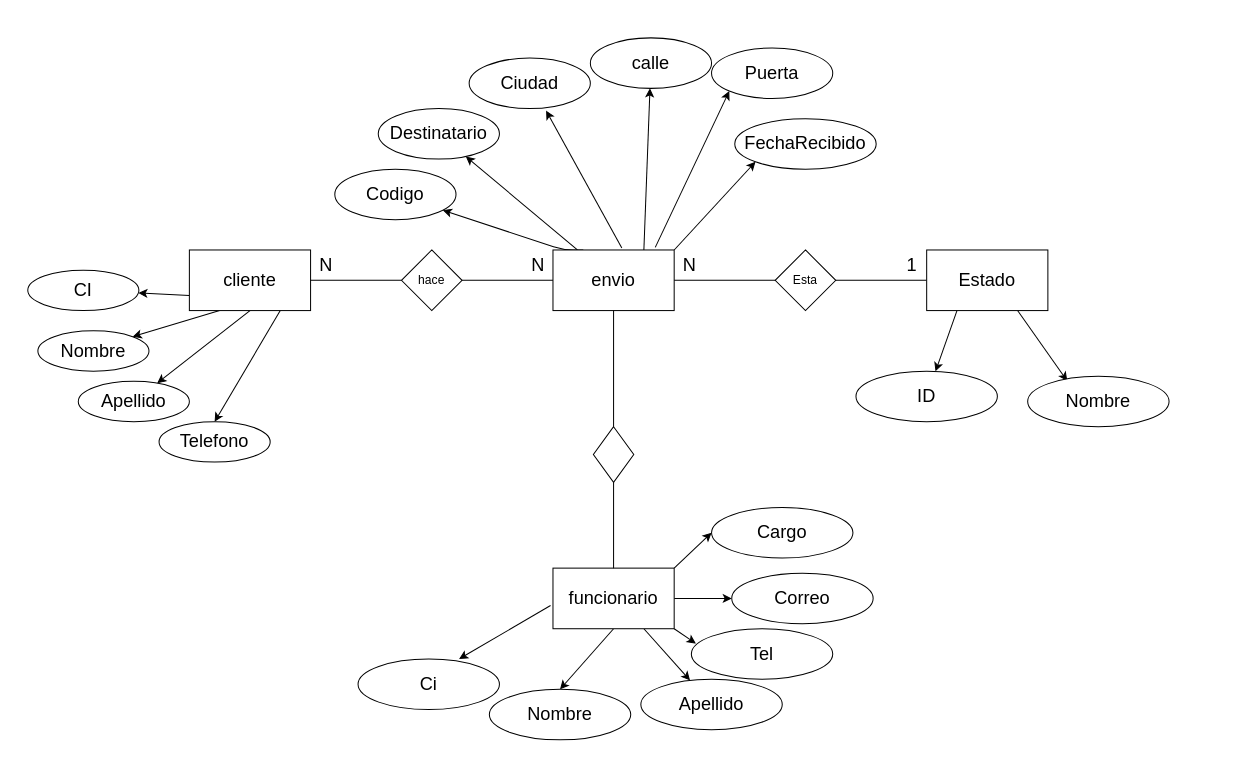
Earlier version of the draw.io diagram Mer/mer_V6.drawio (mateovillaa11/Proyecto_FindeA-o). Source tidied: cells renumbered, new cells numbered last; positions are measured from the earlier drawing's top-left corner, leaving out a move shared by most shapes. Both pictures are drawn from the tidied source at 101%, with x=0, y=0 at pixel (27, 37).
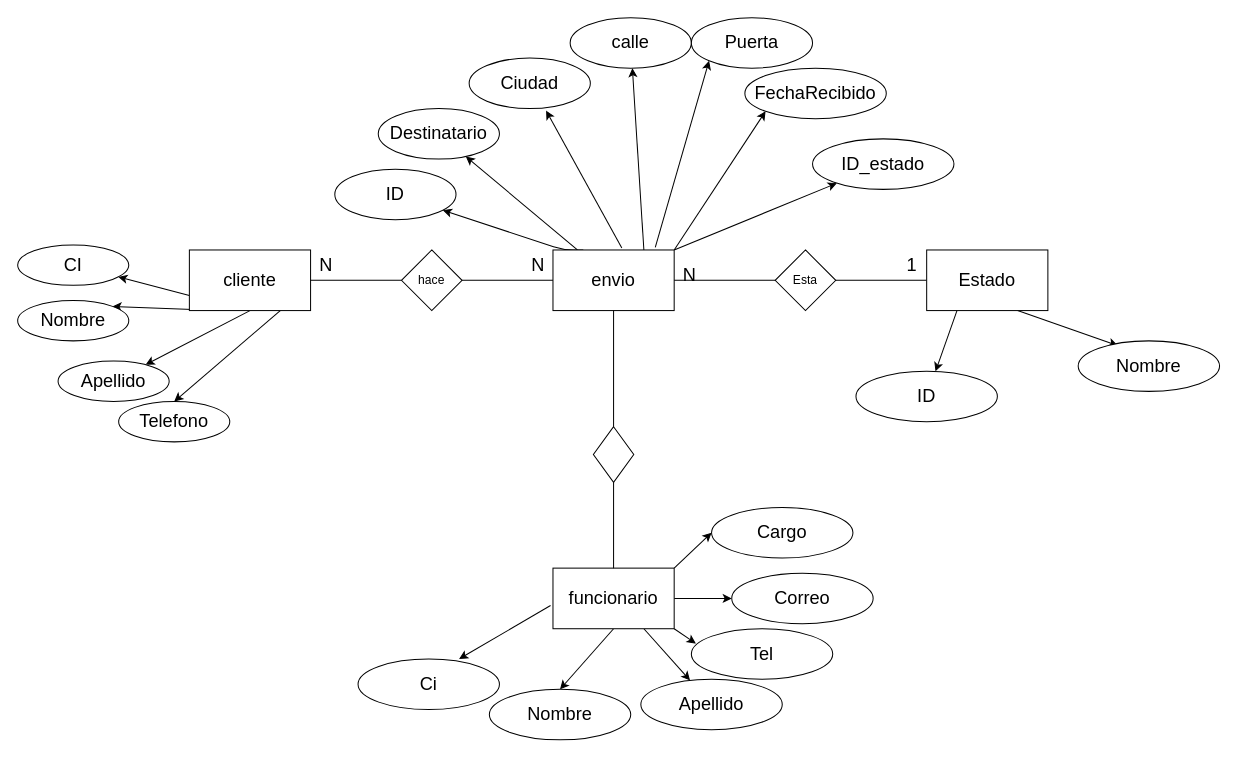
After the change.

The change refers to these unchanged cells:
```xml
<mxCell id="16" value="&lt;font style=&quot;font-size: 18px&quot;&gt;envio&lt;/font&gt;" style="rounded=0;whiteSpace=wrap;html=1;" parent="1" vertex="1">
  <mxGeometry x="520" y="210" width="120" height="60" as="geometry" />
</mxCell>
```

The edit, as a diff of the source:
```diff
@@
+    <mxCell id="55" style="edgeStyle=none;html=1;exitX=1;exitY=0;exitDx=0;exitDy=0;" parent="1" edge="1" source="16" target="56">
+      <mxGeometry relative="1" as="geometry" />
+    </mxCell>
@@
     <mxCell id="30" value="CI" style="ellipse;whiteSpace=wrap;html=1;fontSize=18;" parent="1" vertex="1">
-      <mxGeometry y="230" width="110" height="40" as="geometry" />
+      <mxGeometry x="-10" y="205" width="110" height="40" as="geometry" />
     </mxCell>
     <mxCell id="31" value="Nombre" style="ellipse;whiteSpace=wrap;html=1;fontSize=18;" parent="1" vertex="1">
-      <mxGeometry x="10" y="290" width="110" height="40" as="geometry" />
+      <mxGeometry x="-10" y="260" width="110" height="40" as="geometry" />
     </mxCell>
     <mxCell id="32" value="Apellido" style="ellipse;whiteSpace=wrap;html=1;fontSize=18;" parent="1" vertex="1">
-      <mxGeometry x="50" y="340" width="110" height="40" as="geometry" />
+      <mxGeometry x="30" y="320" width="110" height="40" as="geometry" />
     </mxCell>
     <mxCell id="33" value="Telefono" style="ellipse;whiteSpace=wrap;html=1;fontSize=18;" parent="1" vertex="1">
-      <mxGeometry x="130" y="380" width="110" height="40" as="geometry" />
+      <mxGeometry x="90" y="360" width="110" height="40" as="geometry" />
     </mxCell>
-    <mxCell id="34" value="Codigo" style="ellipse;whiteSpace=wrap;html=1;fontSize=18;" parent="1" vertex="1">
+    <mxCell id="34" value="ID" style="ellipse;whiteSpace=wrap;html=1;fontSize=18;" parent="1" vertex="1">
       <mxGeometry x="304" y="130" width="120" height="50" as="geometry" />
     </mxCell>
@@
     <mxCell id="37" value="calle" style="ellipse;whiteSpace=wrap;html=1;fontSize=18;" parent="1" vertex="1">
-      <mxGeometry x="557" width="120" height="50" as="geometry" />
+      <mxGeometry x="537" y="-20" width="120" height="50" as="geometry" />
     </mxCell>
     <mxCell id="38" value="Puerta" style="ellipse;whiteSpace=wrap;html=1;fontSize=18;" parent="1" vertex="1">
-      <mxGeometry x="677" y="10" width="120" height="50" as="geometry" />
+      <mxGeometry x="657" y="-20" width="120" height="50" as="geometry" />
     </mxCell>
     <mxCell id="39" value="FechaRecibido" style="ellipse;whiteSpace=wrap;html=1;fontSize=18;" parent="1" vertex="1">
-      <mxGeometry x="700" y="80" width="140" height="50" as="geometry" />
+      <mxGeometry x="710" y="30" width="140" height="50" as="geometry" />
     </mxCell>
@@
     <mxCell id="41" value="Nombre" style="ellipse;whiteSpace=wrap;html=1;fontSize=18;" parent="1" vertex="1">
-      <mxGeometry x="990" y="335" width="140" height="50" as="geometry" />
+      <mxGeometry x="1040" y="300" width="140" height="50" as="geometry" />
     </mxCell>
@@
     <mxCell id="44" value="N" style="text;html=1;align=center;verticalAlign=middle;strokeColor=none;fillColor=none;fontSize=18;" parent="1" vertex="1">
-      <mxGeometry x="640" y="210" width="30" height="30" as="geometry" />
+      <mxGeometry x="640" y="220" width="30" height="30" as="geometry" />
     </mxCell>
@@
+    <mxCell id="56" value="ID_estado" style="ellipse;whiteSpace=wrap;html=1;fontSize=18;" parent="1" vertex="1">
+      <mxGeometry x="777" y="100" width="140" height="50" as="geometry" />
+    </mxCell>
```
